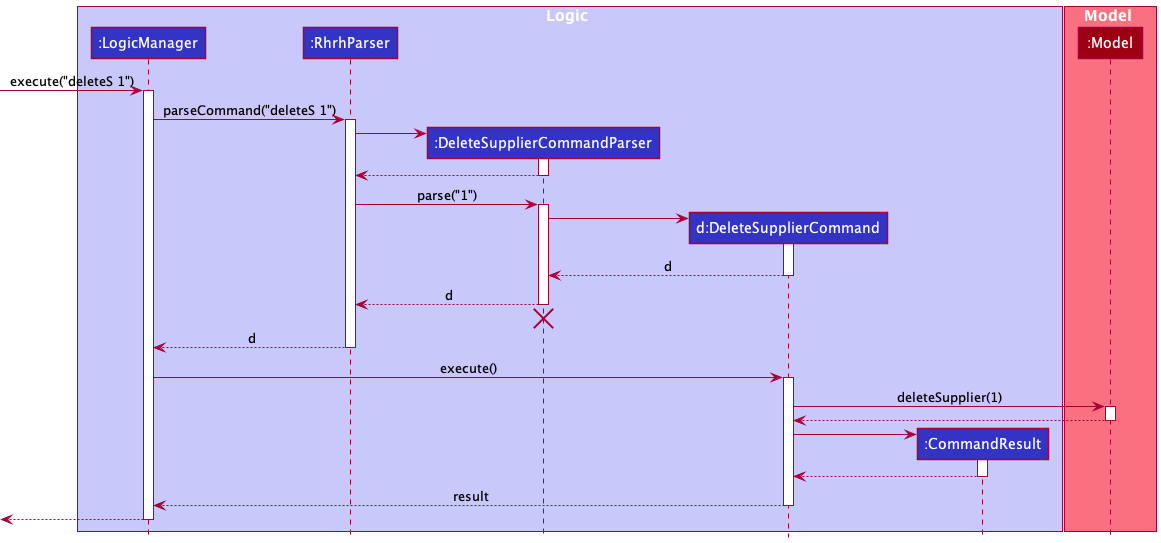
The PlantUML diagram docs/images/DeleteSequenceDiagram.png in nus-cs2103-AY2122S1/tp, before a commit.
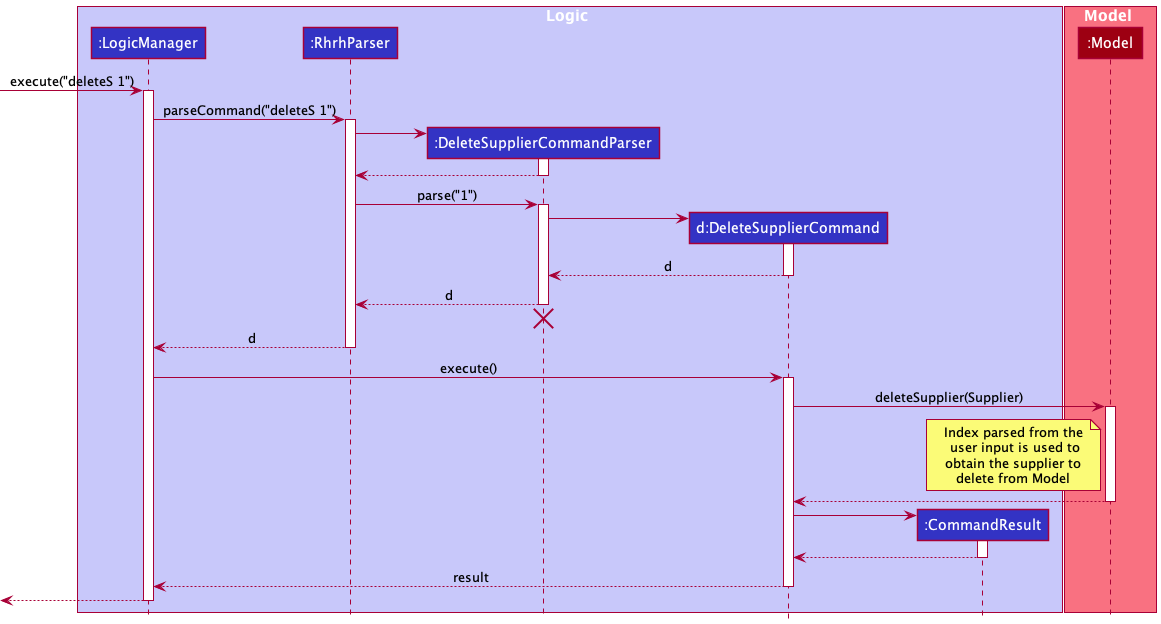
Above is the later version.

Commit message:
Add UML note to Delete and Sort sequence diagrams

Diff of the diagram source:
```diff
@@ -47,8 +47,9 @@
 LogicManager -> DeleteSupplierCommand : execute()
 activate DeleteSupplierCommand
 
-DeleteSupplierCommand -> Model : deleteSupplier(1)
+DeleteSupplierCommand -> Model : deleteSupplier(Supplier)
 activate Model
+note left of Model : Index parsed from the\n user input is used to\n obtain the supplier to \ndelete from Model
 
 Model --> DeleteSupplierCommand
 deactivate Model
```
